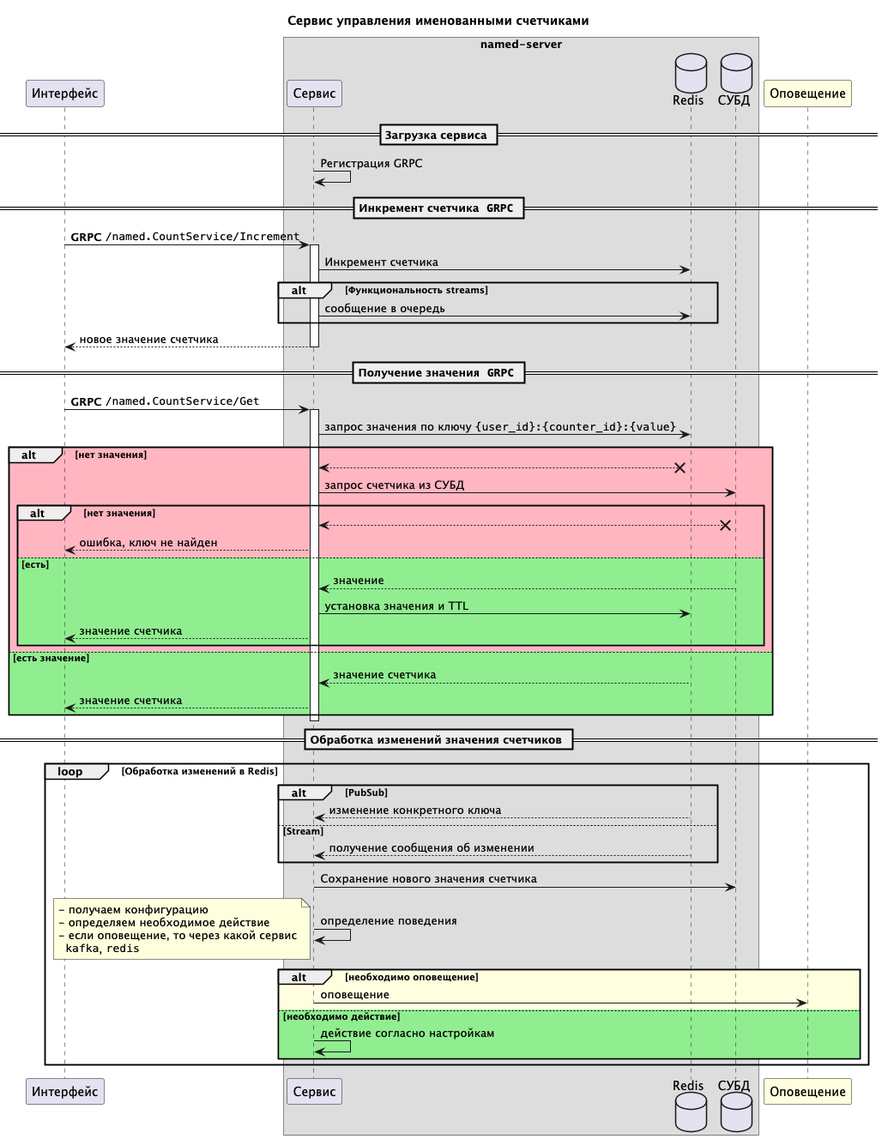
i-egik/NameCount keeps this PlantUML diagram as named-server/doc/named-server.png. Above is the earlier version. The source it was exported from:
```plantuml
@startuml
title Сервис управления именованными счетчиками
participant grpc as "Интерфейс"
box named-server
    participant service as "Сервис"
    database redis as "Redis"
    database pg as "СУБД"
end box
participant notify as "Оповещение" #LightYellow

== Загрузка сервиса ==

service -> service: Регистрация GRPC

==  Инкремент счетчика  ""GRPC"" ==

grpc -> service: <b>GRPC</b> ""/named.CountService/Increment""
activate service
service -> redis: Инкремент счетчика
alt Функциональность streams
  service -> redis: сообщение в очередь
end

service --> grpc: новое значение счетчика
deactivate service

==  Получение значения  ""GRPC"" ==
grpc -> service: <b>GRPC</b> ""/named.CountService/Get""
activate service
service -> redis: запрос значения по ключу ""{user_id}:{counter_id}:{value}""
alt #LightPink нет значения
  service <--x redis
  service -> pg: запрос счетчика из СУБД
  alt #LightPink нет значения
    service <--x pg
    service --> grpc: ошибка, ключ не найден
  else #LightGreen есть
    service <-- pg: значение
    service -> redis: установка значения и TTL
    service --> grpc: значение счетчика
  end
else #LightGreen есть значение
  service <-- redis: значение счетчика
  service --> grpc: значение счетчика
end
deactivate service

==  Обработка изменений значения счетчиков ==
loop Обработка изменений в Redis
  alt PubSub
    service <-- redis: изменение конкретного ключа
  else Stream
    service <-- redis: получение сообщения об изменении
  end
  service -> pg: Сохранение нового значения счетчика
  service -> service: определение поведения
  note left
    - получаем конфигурацию
    - определяем необходимое действие
    - если оповещение, то через какой сервис
      ""kafka"", ""redis""
  end note
  alt #LightYellow необходимо оповещение
    service -> notify: оповещение
  else #LightGreen необходимо действие
    service -> service: действие согласно настройкам
  end
end

@enduml
```
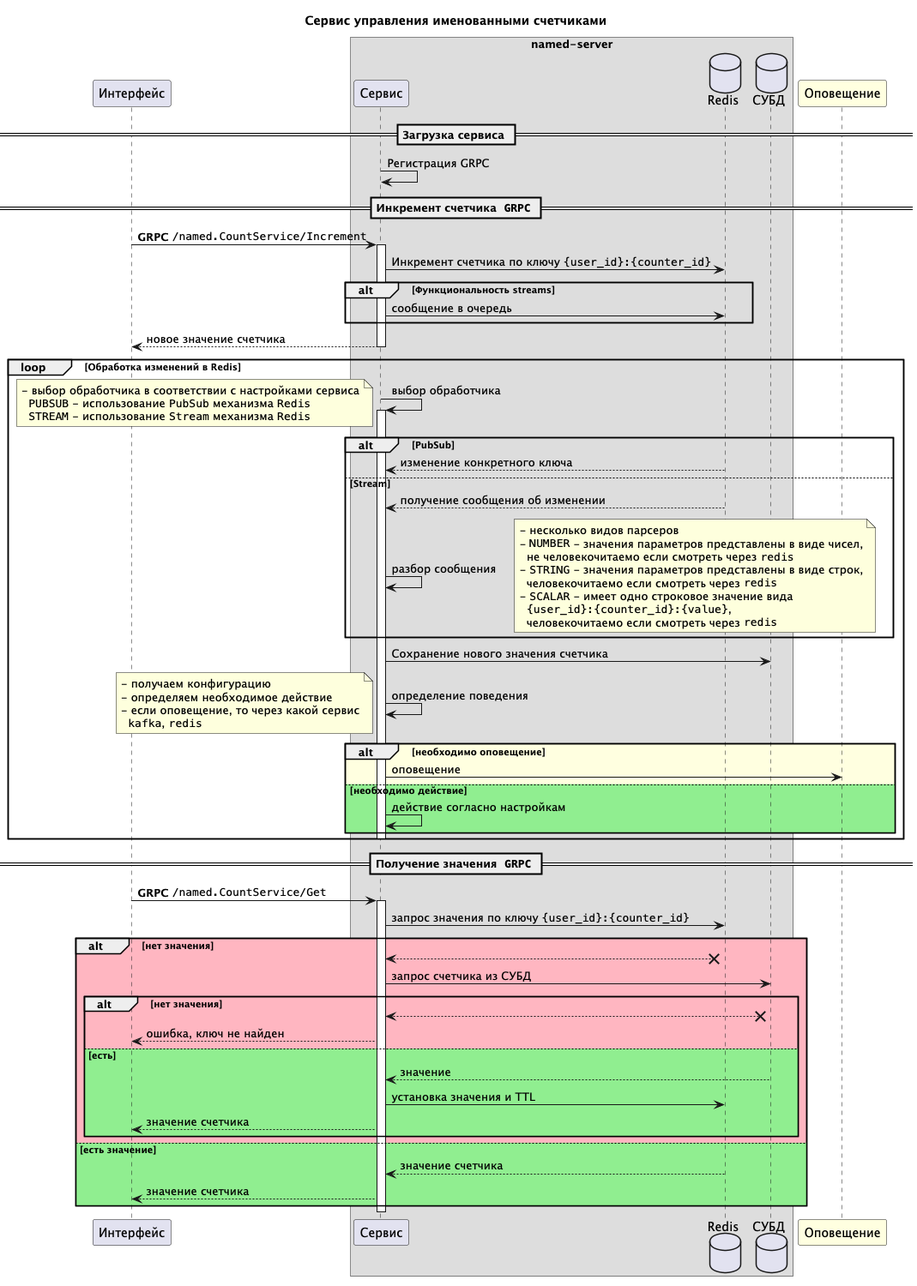
The same diagram one commit later.

Commit message:
[Iam] Схемка

The edit, as a diff of the source:
```diff
@@ -16,18 +16,57 @@
 
 grpc -> service: <b>GRPC</b> ""/named.CountService/Increment""
 activate service
-service -> redis: Инкремент счетчика
+service -> redis: Инкремент счетчика по ключу ""{user_id}:{counter_id}""
 alt Функциональность streams
   service -> redis: сообщение в очередь
 end
-
 service --> grpc: новое значение счетчика
 deactivate service
+
+loop Обработка изменений в Redis
+  service -> service: выбор обработчика
+  activate service
+  note left
+    - выбор обработчика в соответствии с настройками сервиса
+      ""PUBSUB"" - использование ""PubSub"" механизма ""Redis""
+      ""STREAM"" - использование ""Stream"" механизма ""Redis""
+  end note
+  alt PubSub
+    service <-- redis: изменение конкретного ключа
+  else Stream
+    service <-- redis: получение сообщения об изменении
+    service -> service: разбор сообщения
+    note right
+      - несколько видов парсеров
+      - ""NUMBER"" - значения параметров представлены в виде чисел,
+        не человекочитаемо если смотреть через ""redis""
+      - ""STRING"" - значения параметров представлены в виде строк,
+        человекочитаемо если смотреть через ""redis""
+      - ""SCALAR"" - имеет одно строковое значение вида
+        ""{user_id}:{counter_id}:{value}"",
+        человекочитаемо если смотреть через ""redis""
+    end note
+  end
+  service -> pg: Сохранение нового значения счетчика
+  service -> service: определение поведения
+  note left
+    - получаем конфигурацию
+    - определяем необходимое действие
+    - если оповещение, то через какой сервис
+      ""kafka"", ""redis""
+  end note
+  alt #LightYellow необходимо оповещение
+    service -> notify: оповещение
+  else #LightGreen необходимо действие
+    service -> service: действие согласно настройкам
+  end
+  deactivate service
+end
 
 ==  Получение значения  ""GRPC"" ==
 grpc -> service: <b>GRPC</b> ""/named.CountService/Get""
 activate service
-service -> redis: запрос значения по ключу ""{user_id}:{counter_id}:{value}""
+service -> redis: запрос значения по ключу ""{user_id}:{counter_id}""
 alt #LightPink нет значения
   service <--x redis
   service -> pg: запрос счетчика из СУБД
@@ -45,26 +84,4 @@
 end
 deactivate service
 
-==  Обработка изменений значения счетчиков ==
-loop Обработка изменений в Redis
-  alt PubSub
-    service <-- redis: изменение конкретного ключа
-  else Stream
-    service <-- redis: получение сообщения об изменении
-  end
-  service -> pg: Сохранение нового значения счетчика
-  service -> service: определение поведения
-  note left
-    - получаем конфигурацию
-    - определяем необходимое действие
-    - если оповещение, то через какой сервис
-      ""kafka"", ""redis""
-  end note
-  alt #LightYellow необходимо оповещение
-    service -> notify: оповещение
-  else #LightGreen необходимо действие
-    service -> service: действие согласно настройкам
-  end
-end
-
 @enduml
```
